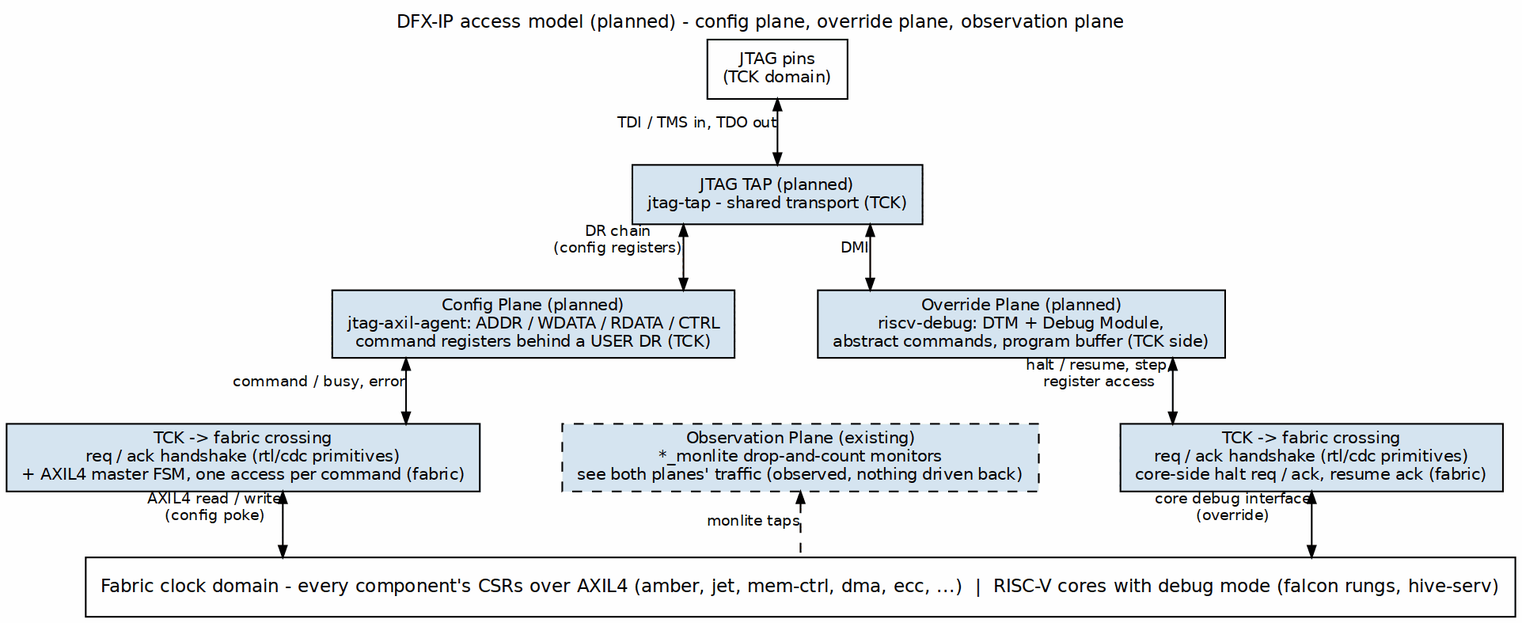
Above: projects/components/dfx-ip/docs/dfx_has/assets/graphviz/01_access_planes.png in sean-galloway/RTLDesignSherpa (Graphviz), before the change. Its source is kept beside it as projects/components/dfx-ip/docs/dfx_has/assets/graphviz/01_access_planes.dot.
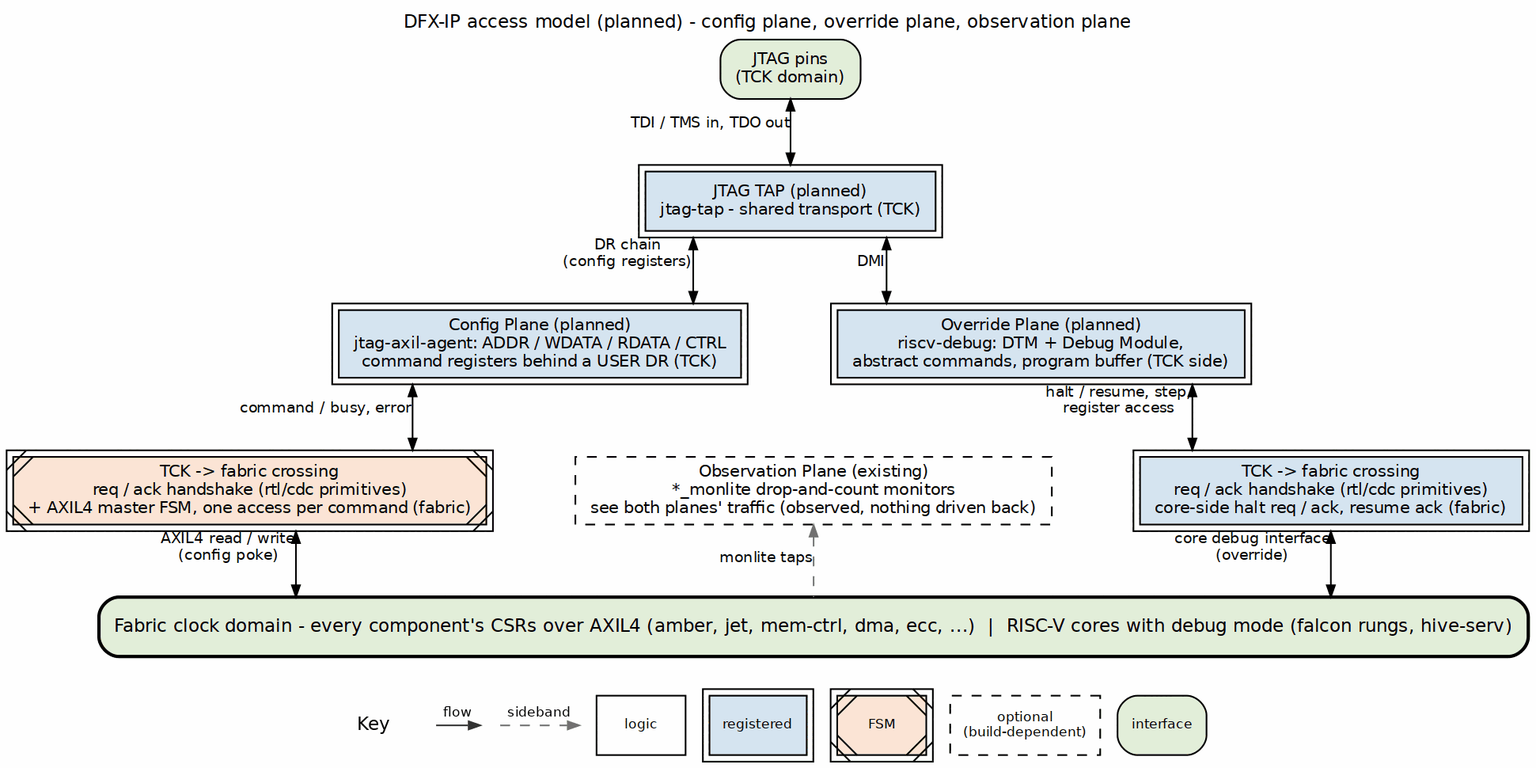
The same diagram one commit later.

What changed in the source:
```diff
@@ -4,23 +4,23 @@
            label="DFX-IP access model (planned) - config plane, override plane, observation plane",
            labelloc=t, labeljust=c];
     node  [fontname="Helvetica", fontsize=10, shape=box, style=filled,
-           fillcolor="#D6E4F0", color="black", margin="0.12,0.06"];
+           fillcolor="white", color="black", margin="0.12,0.06"];
     edge  [fontname="Helvetica", fontsize=9, color="black", arrowsize=0.7];
 
-    jtag [label="JTAG pins\n(TCK domain)", fillcolor="white"];
-    tap  [label="JTAG TAP (planned)\njtag-tap - shared transport (TCK)"];
+    jtag [label="JTAG pins\n(TCK domain)", fillcolor="white", style="rounded,filled", fillcolor="#E2EFDA"];
+    tap  [label="JTAG TAP (planned)\njtag-tap - shared transport (TCK)", peripheries=2, style="filled", fillcolor="#D6E4F0"];
 
-    agent [label="Config Plane (planned)\njtag-axil-agent: ADDR / WDATA / RDATA / CTRL\ncommand registers behind a USER DR (TCK)"];
-    dm    [label="Override Plane (planned)\nriscv-debug: DTM + Debug Module,\nabstract commands, program buffer (TCK side)"];
+    agent [label="Config Plane (planned)\njtag-axil-agent: ADDR / WDATA / RDATA / CTRL\ncommand registers behind a USER DR (TCK)", peripheries=2, style="filled", fillcolor="#D6E4F0"];
+    dm    [label="Override Plane (planned)\nriscv-debug: DTM + Debug Module,\nabstract commands, program buffer (TCK side)", peripheries=2, style="filled", fillcolor="#D6E4F0"];
 
-    cdc_a [label="TCK -> fabric crossing\nreq / ack handshake (rtl/cdc primitives)\n+ AXIL4 master FSM, one access per command (fabric)"];
-    cdc_d [label="TCK -> fabric crossing\nreq / ack handshake (rtl/cdc primitives)\ncore-side halt req / ack, resume ack (fabric)"];
+    cdc_a [label="TCK -> fabric crossing\nreq / ack handshake (rtl/cdc primitives)\n+ AXIL4 master FSM, one access per command (fabric)", peripheries=2, style="filled,diagonals", fillcolor="#FCE4D6"];
+    cdc_d [label="TCK -> fabric crossing\nreq / ack handshake (rtl/cdc primitives)\ncore-side halt req / ack, resume ack (fabric)", peripheries=2, style="filled", fillcolor="#D6E4F0"];
 
     obs [label="Observation Plane (existing)\n*_monlite drop-and-count monitors\nsee both planes' traffic (observed, nothing driven back)",
-         style="filled,dashed"];
+         style="filled,dashed", style="filled,dashed", fillcolor="white"];
 
     bar [label="Fabric clock domain - every component's CSRs over AXIL4 (amber, jet, mem-ctrl, dma, ecc, ...)  |  RISC-V cores with debug mode (falcon rungs, hive-serv)",
-         fillcolor="white", width=10, height=0.5, fontsize=11];
+         fillcolor="white", width=10, height=0.5, fontsize=11, style="rounded,filled,bold", fillcolor="#E2EFDA"];
 
     jtag  -> tap   [dir=both, xlabel="TDI / TMS in, TDO out"];
     tap   -> agent [dir=both, xlabel="DR chain\n(config registers)"];
@@ -29,7 +29,7 @@
     dm    -> cdc_d [dir=both, xlabel="halt / resume, step,\nregister access"];
     cdc_a -> bar   [dir=both, xlabel="AXIL4 read / write\n(config poke)"];
     cdc_d -> bar   [dir=both, xlabel="core debug interface\n(override)"];
-    obs   -> bar   [dir=back, style=dashed, xlabel="monlite taps"];
+    obs   -> bar   [dir=back, style=dashed, color="#777777", xlabel="monlite taps"];
 
     { rank=same; agent; dm; }
     { rank=same; cdc_a; obs; cdc_d; }
```
